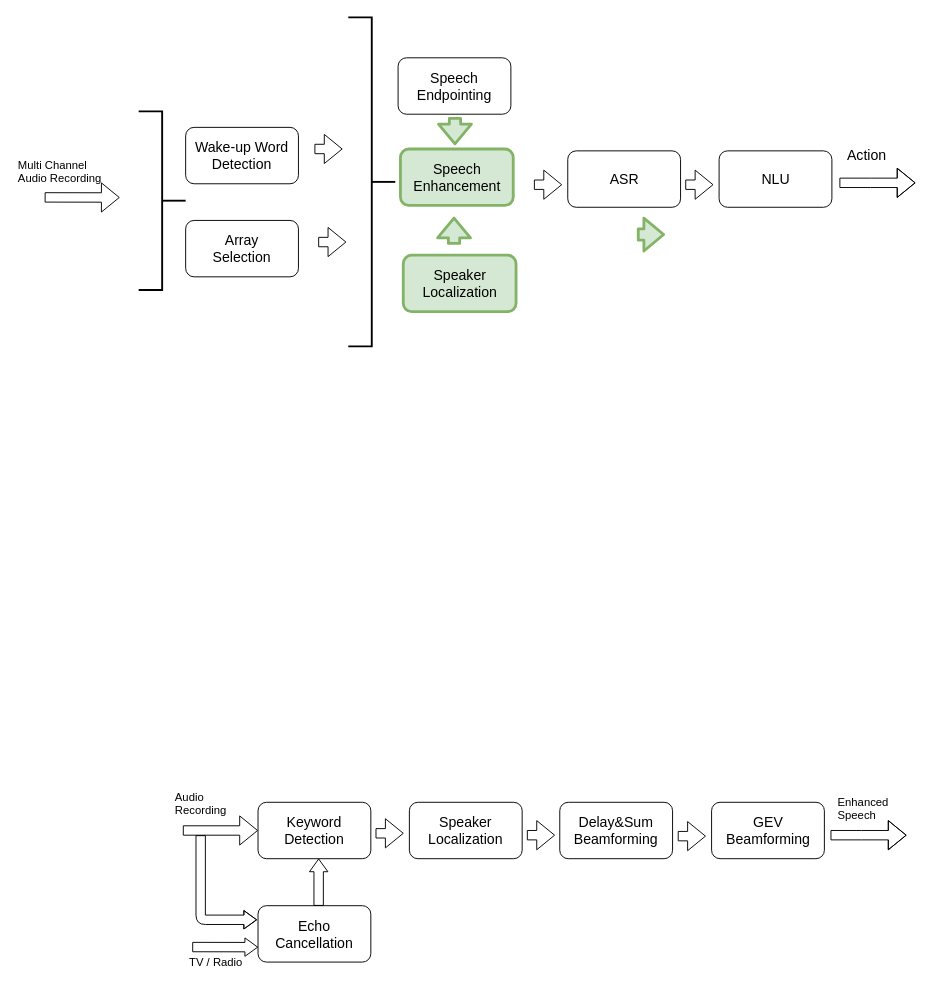
Before: page "Page-1" (1 of 2) of vocadom_doa_se.drawio in sunits/Random, a draw.io diagram. Source tidied: cells renumbered, new cells numbered last; positions are measured from the earlier drawing's top-left corner, leaving out a move shared by most shapes. Both pictures are drawn from the tidied source at 94%, with x=0, y=0 at pixel (16, 17).
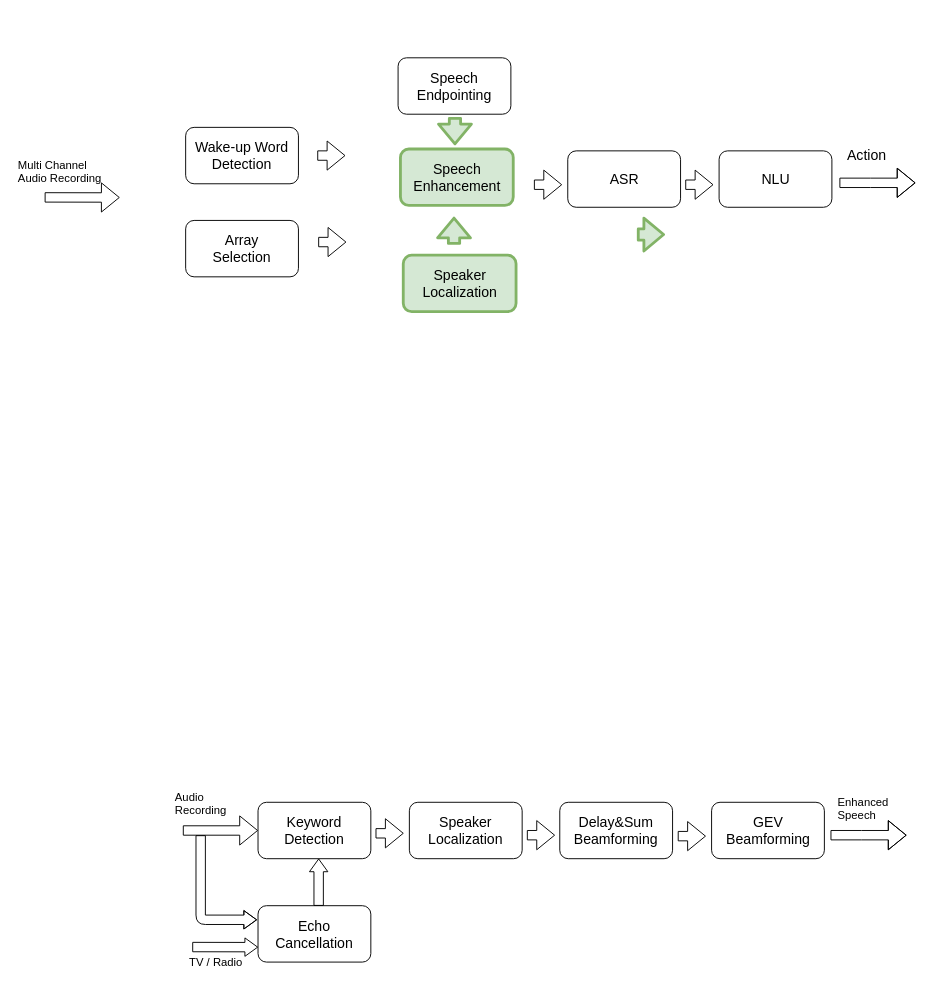
Above is the later version.

Change to the diagram source:
```diff
@@
     <mxCell id="6" style="shape=flexArrow;endArrow=classic;html=1;" parent="1" edge="1">
       <mxGeometry relative="1" as="geometry">
-        <mxPoint x="317" y="140" as="sourcePoint" />
-        <mxPoint x="347" y="140" as="targetPoint" />
+        <mxPoint x="320" y="147" as="sourcePoint" />
+        <mxPoint x="350" y="147" as="targetPoint" />
       </mxGeometry>
     </mxCell>
@@
-    <mxCell id="35" style="strokeWidth=2;html=1;shape=mxgraph.flowchart.annotation_2;align=left;direction=west;" parent="1" vertex="1">
-      <mxGeometry x="130" y="100" width="50" height="190" as="geometry" />
-    </mxCell>
-    <mxCell id="36" style="strokeWidth=2;html=1;shape=mxgraph.flowchart.annotation_2;align=left;direction=west;" parent="1" vertex="1">
-      <mxGeometry x="353" width="50" height="350" as="geometry" />
-    </mxCell>
```
